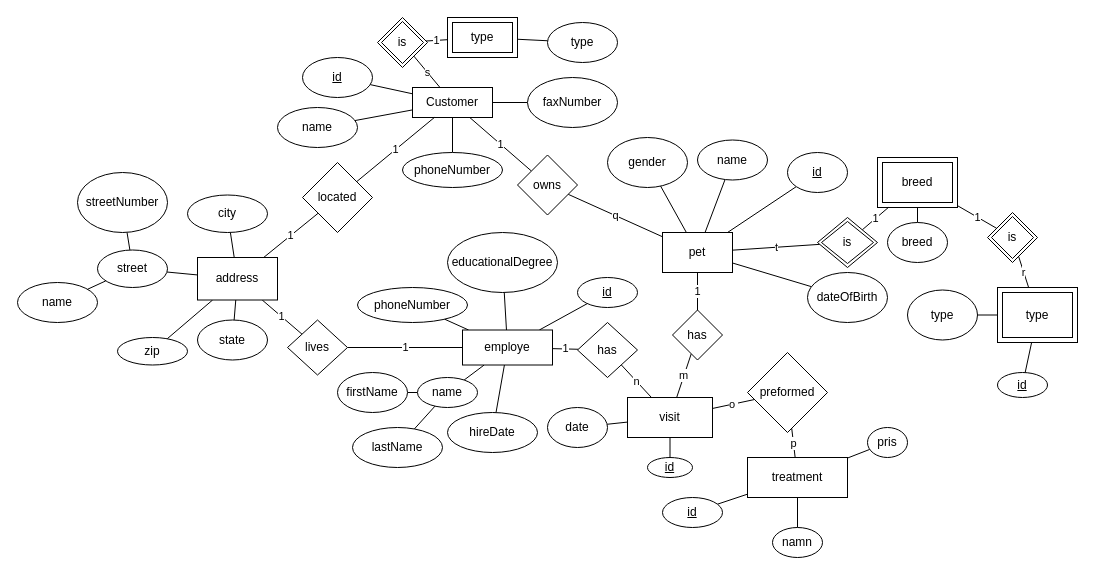
Before: webbutveckling/Databaser/Moment2/erDiagram.drawio in EliasEriksson/miun, a draw.io diagram. Source tidied: cells renumbered, new cells numbered last; positions are measured from the earlier drawing's top-left corner, leaving out a move shared by most shapes. Both pictures are drawn from the tidied source at 100%, with x=0, y=0 at pixel (17, 17).
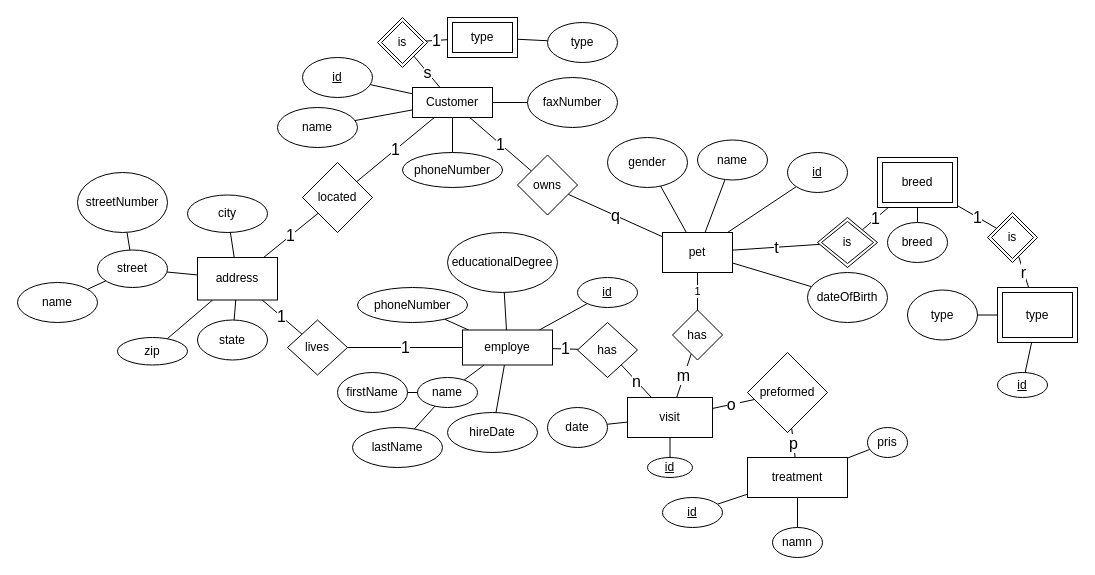
Above is the later version.

Unchanged cells that the change refers to:
```xml
<mxCell id="7" value="Customer" style="rounded=0;whiteSpace=wrap;html=1;" parent="1" vertex="1">
  <mxGeometry x="395" y="70" width="80" height="30" as="geometry" />
</mxCell>
<mxCell id="14" value="pet" style="rounded=0;whiteSpace=wrap;html=1;" parent="1" vertex="1">
  <mxGeometry x="645" y="215" width="70" height="40" as="geometry" />
</mxCell>
<mxCell id="21" value="breed" style="shape=ext;margin=3;double=1;whiteSpace=wrap;html=1;align=center;" parent="1" vertex="1">
  <mxGeometry x="860" y="140" width="80" height="50" as="geometry" />
</mxCell>
<mxCell id="25" value="type" style="shape=ext;margin=3;double=1;whiteSpace=wrap;html=1;align=center;" parent="1" vertex="1">
  <mxGeometry x="980" y="270" width="80" height="55" as="geometry" />
</mxCell>
<mxCell id="27" value="is" style="shape=rhombus;double=1;perimeter=rhombusPerimeter;whiteSpace=wrap;html=1;align=center;" parent="1" vertex="1">
  <mxGeometry x="800" y="200" width="60" height="50" as="geometry" />
</mxCell>
<mxCell id="28" value="is" style="shape=rhombus;double=1;perimeter=rhombusPerimeter;whiteSpace=wrap;html=1;align=center;" parent="1" vertex="1">
  <mxGeometry x="970" y="195" width="50" height="50" as="geometry" />
</mxCell>
<mxCell id="31" value="is" style="shape=rhombus;double=1;perimeter=rhombusPerimeter;whiteSpace=wrap;html=1;align=center;" parent="1" vertex="1">
  <mxGeometry x="360" width="50" height="50" as="geometry" />
</mxCell>
<mxCell id="34" value="type" style="shape=ext;margin=3;double=1;whiteSpace=wrap;html=1;align=center;" parent="1" vertex="1">
  <mxGeometry x="430" width="70" height="40" as="geometry" />
</mxCell>
<mxCell id="43" value="located" style="rhombus;whiteSpace=wrap;html=1;rounded=0;" parent="1" vertex="1">
  <mxGeometry x="285" y="145" width="70" height="70" as="geometry" />
</mxCell>
<mxCell id="45" value="lives" style="rhombus;whiteSpace=wrap;html=1;rounded=0;" parent="1" vertex="1">
  <mxGeometry x="270" y="302.5" width="60" height="55" as="geometry" />
</mxCell>
<mxCell id="53" value="employe" style="whiteSpace=wrap;html=1;rounded=0;" parent="1" vertex="1">
  <mxGeometry x="445" y="312.5" width="90" height="35" as="geometry" />
</mxCell>
<mxCell id="66" value="owns" style="rhombus;whiteSpace=wrap;html=1;rounded=0;" parent="1" vertex="1">
  <mxGeometry x="500" y="137.5" width="60" height="60" as="geometry" />
</mxCell>
<mxCell id="78" value="has" style="rhombus;whiteSpace=wrap;html=1;" parent="1" vertex="1">
  <mxGeometry x="560" y="305" width="60" height="55" as="geometry" />
</mxCell>
<mxCell id="81" value="has" style="rhombus;whiteSpace=wrap;html=1;" parent="1" vertex="1">
  <mxGeometry x="655" y="292.5" width="50" height="50" as="geometry" />
</mxCell>
<mxCell id="83" value="preformed" style="rhombus;whiteSpace=wrap;html=1;rounded=0;" parent="1" vertex="1">
  <mxGeometry x="730" y="335" width="80" height="80" as="geometry" />
</mxCell>
<mxCell id="88" value="treatment" style="whiteSpace=wrap;html=1;rounded=0;" parent="1" vertex="1">
  <mxGeometry x="730" y="440" width="100" height="40" as="geometry" />
</mxCell>
<mxCell id="91" value="visit" style="rounded=0;whiteSpace=wrap;html=1;" parent="1" vertex="1">
  <mxGeometry x="610" y="380" width="85" height="40" as="geometry" />
</mxCell>
<mxCell id="99" value="address" style="rounded=0;whiteSpace=wrap;html=1;" parent="1" vertex="1">
  <mxGeometry x="180" y="240" width="80" height="42.5" as="geometry" />
</mxCell>
```

Diff of the diagram source:
```diff
@@
-    <mxCell id="4" value="s" style="edgeStyle=none;jettySize=auto;html=1;endArrow=none;" parent="1" edge="1" source="7" target="31">
+    <mxCell id="4" value="s" style="edgeStyle=none;jettySize=auto;html=1;endArrow=none;fontSize=16;" parent="1" edge="1" source="7" target="31">
       <mxGeometry relative="1" as="geometry" />
     </mxCell>
-    <mxCell id="5" value="1" style="edgeStyle=none;jettySize=auto;html=1;endArrow=none;" parent="1" edge="1" source="7" target="66">
+    <mxCell id="5" value="1" style="edgeStyle=none;jettySize=auto;html=1;endArrow=none;fontSize=16;" parent="1" edge="1" source="7" target="66">
       <mxGeometry relative="1" as="geometry" />
     </mxCell>
@@
-    <mxCell id="10" value="t" style="edgeStyle=none;jettySize=auto;html=1;endArrow=none;" parent="1" edge="1" source="14" target="27">
+    <mxCell id="10" value="t" style="edgeStyle=none;jettySize=auto;html=1;endArrow=none;fontSize=16;" parent="1" edge="1" source="14" target="27">
       <mxGeometry relative="1" as="geometry" />
     </mxCell>
@@
-    <mxCell id="19" value="1" style="edgeStyle=none;jettySize=auto;html=1;endArrow=none;" parent="1" edge="1" source="21" target="28">
+    <mxCell id="19" value="1" style="edgeStyle=none;jettySize=auto;html=1;endArrow=none;fontSize=16;" parent="1" edge="1" source="21" target="28">
       <mxGeometry relative="1" as="geometry" />
     </mxCell>
@@
-    <mxCell id="24" value="r" style="edgeStyle=none;jettySize=auto;html=1;endArrow=none;" parent="1" edge="1" source="25" target="28">
+    <mxCell id="24" value="r" style="edgeStyle=none;jettySize=auto;html=1;endArrow=none;fontSize=16;" parent="1" edge="1" source="25" target="28">
       <mxGeometry relative="1" as="geometry" />
     </mxCell>
@@
-    <mxCell id="26" value="1" style="edgeStyle=none;jettySize=auto;html=1;endArrow=none;" parent="1" edge="1" source="27" target="21">
+    <mxCell id="26" value="1" style="edgeStyle=none;jettySize=auto;html=1;endArrow=none;fontSize=16;" parent="1" edge="1" source="27" target="21">
       <mxGeometry relative="1" as="geometry" />
     </mxCell>
@@
-    <mxCell id="32" value="1" style="edgeStyle=none;jettySize=auto;html=1;endArrow=none;" parent="1" edge="1" source="34" target="31">
+    <mxCell id="32" value="1" style="edgeStyle=none;jettySize=auto;html=1;endArrow=none;fontSize=16;" parent="1" edge="1" source="34" target="31">
       <mxGeometry relative="1" as="geometry" />
     </mxCell>
@@
-    <mxCell id="36" value="1" style="edgeStyle=none;jettySize=auto;html=1;endArrow=none;" parent="1" edge="1" source="99" target="43">
+    <mxCell id="36" value="1" style="edgeStyle=none;jettySize=auto;html=1;endArrow=none;fontSize=16;" parent="1" edge="1" source="99" target="43">
       <mxGeometry relative="1" as="geometry" />
     </mxCell>
-    <mxCell id="37" value="1" style="edgeStyle=none;jettySize=auto;html=1;endArrow=none;" parent="1" edge="1" source="99" target="45">
+    <mxCell id="37" value="1" style="edgeStyle=none;jettySize=auto;html=1;endArrow=none;fontSize=16;" parent="1" edge="1" source="99" target="45">
       <mxGeometry relative="1" as="geometry" />
     </mxCell>
@@
-    <mxCell id="42" value="1" style="edgeStyle=none;jettySize=auto;html=1;endArrow=none;" parent="1" edge="1" source="43" target="7">
+    <mxCell id="42" value="1" style="edgeStyle=none;jettySize=auto;html=1;endArrow=none;fontSize=16;" parent="1" edge="1" source="43" target="7">
       <mxGeometry relative="1" as="geometry" />
     </mxCell>
@@
-    <mxCell id="44" value="1" style="edgeStyle=none;jettySize=auto;html=1;endArrow=none;" parent="1" edge="1" source="45" target="53">
+    <mxCell id="44" value="1" style="edgeStyle=none;jettySize=auto;html=1;endArrow=none;fontSize=16;" parent="1" edge="1" source="45" target="53">
       <mxGeometry relative="1" as="geometry" />
     </mxCell>
@@
-    <mxCell id="51" value="1" style="edgeStyle=none;jettySize=auto;html=1;endArrow=none;" parent="1" edge="1" source="53" target="78">
+    <mxCell id="51" value="1" style="edgeStyle=none;jettySize=auto;html=1;endArrow=none;fontSize=16;" parent="1" edge="1" source="53" target="78">
       <mxGeometry relative="1" as="geometry" />
     </mxCell>
@@
-    <mxCell id="65" value="q" style="edgeStyle=none;jettySize=auto;html=1;endArrow=none;" parent="1" edge="1" source="66" target="14">
+    <mxCell id="65" value="q" style="edgeStyle=none;jettySize=auto;html=1;endArrow=none;fontSize=16;" parent="1" edge="1" source="66" target="14">
       <mxGeometry relative="1" as="geometry" />
     </mxCell>
@@
-    <mxCell id="76" value="n" style="edgeStyle=none;jettySize=auto;html=1;endArrow=none;" parent="1" edge="1" source="91" target="78">
+    <mxCell id="76" value="n" style="edgeStyle=none;jettySize=auto;html=1;endArrow=none;fontSize=16;" parent="1" edge="1" source="91" target="78">
       <mxGeometry relative="1" as="geometry" />
     </mxCell>
-    <mxCell id="77" value="o&amp;nbsp;" style="edgeStyle=none;jettySize=auto;html=1;endArrow=none;" parent="1" edge="1" source="91" target="83">
+    <mxCell id="77" value="o&amp;nbsp;" style="edgeStyle=none;jettySize=auto;html=1;endArrow=none;fontSize=16;" parent="1" edge="1" source="91" target="83">
       <mxGeometry relative="1" as="geometry" />
     </mxCell>
@@
-    <mxCell id="79" value="m" style="edgeStyle=none;jettySize=auto;html=1;endArrow=none;" parent="1" edge="1" source="81" target="91">
+    <mxCell id="79" value="m" style="edgeStyle=none;jettySize=auto;html=1;endArrow=none;fontSize=16;" parent="1" edge="1" source="81" target="91">
       <mxGeometry relative="1" as="geometry" />
     </mxCell>
@@
-    <mxCell id="82" value="p" style="edgeStyle=none;jettySize=auto;html=1;endArrow=none;" parent="1" edge="1" source="83" target="88">
+    <mxCell id="82" value="p" style="edgeStyle=none;jettySize=auto;html=1;endArrow=none;fontSize=16;" parent="1" edge="1" source="83" target="88">
       <mxGeometry relative="1" as="geometry" />
     </mxCell>
```
